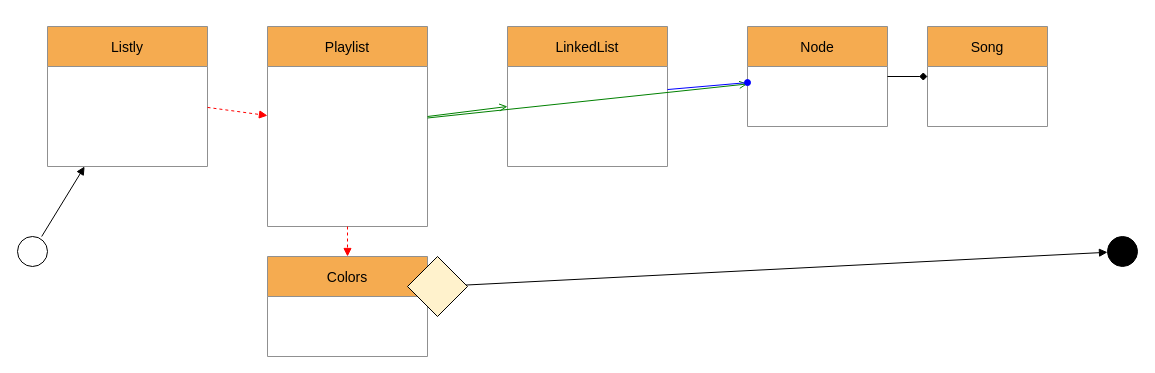
This is ER Diag.drawio from aswaladitya/Coffee, a draw.io file, before an edit. Source tidied: cells renumbered, new cells numbered last; positions are measured from the earlier drawing's top-left corner, leaving out a move shared by most shapes. Both pictures are drawn from the tidied source at 100%, with x=0, y=0 at pixel (17, 26).
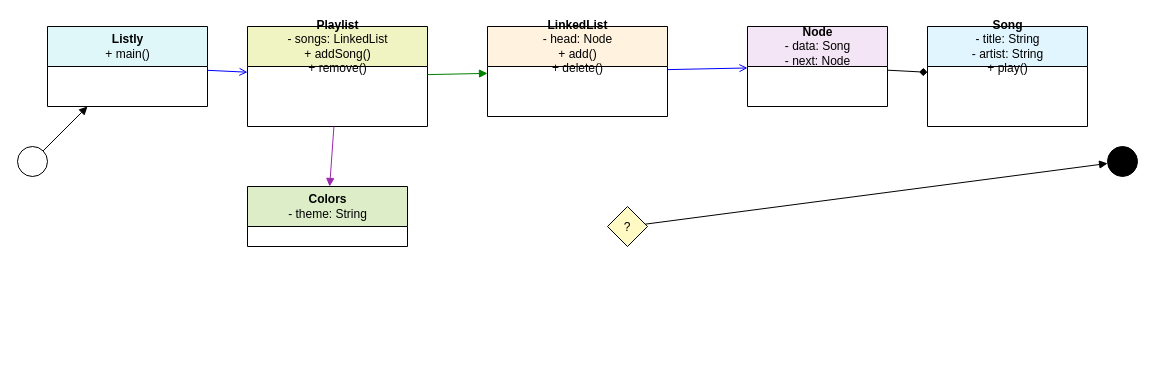
Above is the later version.

Diff of the diagram source:
```diff
@@
 <mxGraphModel>
   <root>
     <mxCell id="0" />
     <mxCell id="1" parent="0" />
-    <mxCell id="2" value="Listly" style="shape=swimlane;fillColor=#F5AB50;strokeColor=#909090;fontSize=14;" parent="1" vertex="1">
-      <mxGeometry x="30" width="160" height="140" as="geometry" />
+    <mxCell id="2" value="&lt;b&gt;Listly&lt;/b&gt;&lt;br&gt;+ main()" style="shape=swimlane;fillColor=#E0F7FA;html=1;" parent="1" vertex="1">
+      <mxGeometry x="30" width="160" height="80" as="geometry" />
     </mxCell>
-    <mxCell id="3" value="Playlist" style="shape=swimlane;fillColor=#F5AB50;strokeColor=#909090;fontSize=14;" parent="1" vertex="1">
-      <mxGeometry x="250" width="160" height="200" as="geometry" />
+    <mxCell id="3" value="&lt;b&gt;Playlist&lt;/b&gt;&lt;br&gt;- songs: LinkedList&lt;br&gt;+ addSong()&lt;br&gt;+ remove()" style="shape=swimlane;fillColor=#F0F4C3;html=1;" parent="1" vertex="1">
+      <mxGeometry x="230" width="180" height="100" as="geometry" />
     </mxCell>
-    <mxCell id="4" value="LinkedList" style="shape=swimlane;fillColor=#F5AB50;strokeColor=#909090;fontSize=14;" parent="1" vertex="1">
-      <mxGeometry x="490" width="160" height="140" as="geometry" />
+    <mxCell id="4" value="&lt;b&gt;LinkedList&lt;/b&gt;&lt;br&gt;- head: Node&lt;br&gt;+ add()&lt;br&gt;+ delete()" style="shape=swimlane;fillColor=#FFF3E0;html=1;" parent="1" vertex="1">
+      <mxGeometry x="470" width="180" height="90" as="geometry" />
     </mxCell>
-    <mxCell id="5" value="Node" style="shape=swimlane;fillColor=#F5AB50;strokeColor=#909090;fontSize=14;" parent="1" vertex="1">
-      <mxGeometry x="730" width="140" height="100" as="geometry" />
+    <mxCell id="5" value="&lt;b&gt;Node&lt;/b&gt;&lt;br&gt;- data: Song&lt;br&gt;- next: Node" style="shape=swimlane;fillColor=#F3E5F5;html=1;" parent="1" vertex="1">
+      <mxGeometry x="730" width="140" height="80" as="geometry" />
     </mxCell>
-    <mxCell id="6" value="Song" style="shape=swimlane;fillColor=#F5AB50;strokeColor=#909090;fontSize=14;" parent="1" vertex="1">
-      <mxGeometry x="910" width="120" height="100" as="geometry" />
+    <mxCell id="6" value="&lt;b&gt;Song&lt;/b&gt;&lt;br&gt;- title: String&lt;br&gt;- artist: String&lt;br&gt;+ play()" style="shape=swimlane;fillColor=#E1F5FE;html=1;" parent="1" vertex="1">
+      <mxGeometry x="910" width="160" height="100" as="geometry" />
     </mxCell>
-    <mxCell id="7" value="Colors" style="shape=swimlane;fillColor=#F5AB50;strokeColor=#909090;fontSize=14;" parent="1" vertex="1">
-      <mxGeometry x="250" y="230" width="160" height="100" as="geometry" />
+    <mxCell id="7" value="&lt;b&gt;Colors&lt;/b&gt;&lt;br&gt;- theme: String" style="shape=swimlane;fillColor=#DCEDC8;html=1;" parent="1" vertex="1">
+      <mxGeometry x="230" y="160" width="160" height="60" as="geometry" />
     </mxCell>
-    <mxCell id="8" style="shape=ellipse;fillColor=#FFFFFF;strokeColor=#000000;" parent="1" vertex="1">
-      <mxGeometry y="210" width="30" height="30" as="geometry" />
+    <mxCell id="8" style="ellipse;fillColor=#FFFFFF;strokeColor=#000000;" parent="1" vertex="1">
+      <mxGeometry y="120" width="30" height="30" as="geometry" />
     </mxCell>
-    <mxCell id="9" style="shape=ellipse;fillColor=#000000;strokeColor=#000000;" parent="1" vertex="1">
-      <mxGeometry x="1090" y="210" width="30" height="30" as="geometry" />
+    <mxCell id="9" style="ellipse;fillColor=#000000;strokeColor=#000000;" parent="1" vertex="1">
+      <mxGeometry x="1090" y="120" width="30" height="30" as="geometry" />
     </mxCell>
-    <mxCell id="10" style="rhombus;whiteSpace=wrap;html=1;fillColor=#FFF2CC;strokeColor=#000000;" parent="1" vertex="1">
-      <mxGeometry x="390" y="230" width="60" height="60" as="geometry" />
+    <mxCell id="10" value="?" style="rhombus;fillColor=#FFF9C4;strokeColor=#000000;" parent="1" vertex="1">
+      <mxGeometry x="590" y="180" width="40" height="40" as="geometry" />
     </mxCell>
+    <mxCell id="18" style="endArrow=block;strokeColor=#000000;" parent="1" edge="1" source="8" target="2">
+      <mxGeometry relative="1" as="geometry" />
+    </mxCell>
-    <mxCell id="11" style="endArrow=block;strokeColor=red;dashed=1;" parent="1" edge="1" source="2" target="3">
+    <mxCell id="11" style="endArrow=open;strokeColor=blue;" parent="1" edge="1" source="2" target="3">
       <mxGeometry relative="1" as="geometry" />
     </mxCell>
-    <mxCell id="12" style="endArrow=block;strokeColor=red;dashed=1;" parent="1" edge="1" source="3" target="7">
-      <mxGeometry relative="1" as="geometry" />
-    </mxCell>
-    <mxCell id="13" style="endArrow=open;strokeColor=green;" parent="1" edge="1" source="3" target="4">
+    <mxCell id="13" style="endArrow=block;strokeColor=green;" parent="1" edge="1" source="3" target="4">
       <mxGeometry relative="1" as="geometry" />
     </mxCell>
-    <mxCell id="14" style="endArrow=open;strokeColor=green;" parent="1" edge="1" source="3" target="5">
-      <mxGeometry relative="1" as="geometry" />
-    </mxCell>
-    <mxCell id="15" style="endArrow=oval;strokeColor=blue;" parent="1" edge="1" source="4" target="5">
+    <mxCell id="15" style="endArrow=open;strokeColor=blue;" parent="1" edge="1" source="4" target="5">
       <mxGeometry relative="1" as="geometry" />
     </mxCell>
     <mxCell id="16" style="endArrow=diamond;strokeColor=black;" parent="1" edge="1" source="5" target="6">
       <mxGeometry relative="1" as="geometry" />
     </mxCell>
+    <mxCell id="12" style="endArrow=block;strokeColor=#9C27B0;" parent="1" edge="1" source="3" target="7">
+      <mxGeometry relative="1" as="geometry" />
+    </mxCell>
     <mxCell id="17" style="endArrow=block;strokeColor=black;" parent="1" edge="1" source="10" target="9">
       <mxGeometry relative="1" as="geometry" />
     </mxCell>
-    <mxCell id="18" style="endArrow=block;strokeColor=black;" parent="1" edge="1" source="8" target="2">
-      <mxGeometry relative="1" as="geometry" />
-    </mxCell>
   </root>
 </mxGraphModel>
```
